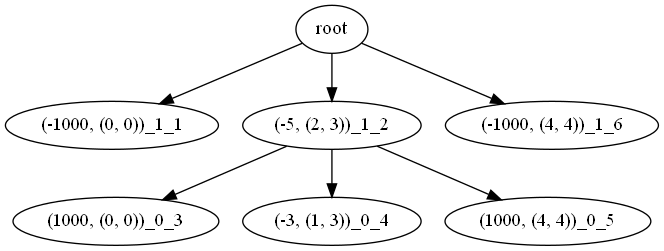
Above: root.dot.png in Ja-Kuba/cw3_MinMax (Graphviz), before the change. Its source is kept beside it as root.dot. Its diagram source:
```dot
digraph tree {
    "root";
    "(-1000, (0, 0))_1_1";
    "(-5, (2, 3))_1_2";
    "(1000, (0, 0))_0_3";
    "(-3, (1, 3))_0_4";
    "(1000, (4, 4))_0_5";
    "(-1000, (4, 4))_1_6";
    "root" -> "(-1000, (0, 0))_1_1";
    "root" -> "(-5, (2, 3))_1_2";
    "root" -> "(-1000, (4, 4))_1_6";
    "(-5, (2, 3))_1_2" -> "(1000, (0, 0))_0_3";
    "(-5, (2, 3))_1_2" -> "(-3, (1, 3))_0_4";
    "(-5, (2, 3))_1_2" -> "(1000, (4, 4))_0_5";
}
```
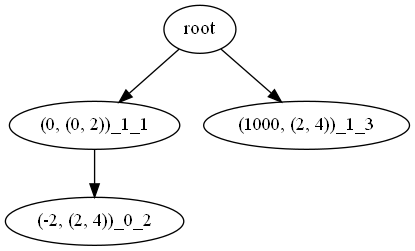
After the commit.

What changed in the source:
```diff
@@ -1,15 +1,9 @@
 digraph tree {
     "root";
-    "(-1000, (0, 0))_1_1";
-    "(-5, (2, 3))_1_2";
-    "(1000, (0, 0))_0_3";
-    "(-3, (1, 3))_0_4";
-    "(1000, (4, 4))_0_5";
-    "(-1000, (4, 4))_1_6";
-    "root" -> "(-1000, (0, 0))_1_1";
-    "root" -> "(-5, (2, 3))_1_2";
-    "root" -> "(-1000, (4, 4))_1_6";
-    "(-5, (2, 3))_1_2" -> "(1000, (0, 0))_0_3";
-    "(-5, (2, 3))_1_2" -> "(-3, (1, 3))_0_4";
-    "(-5, (2, 3))_1_2" -> "(1000, (4, 4))_0_5";
+    "(0, (0, 2))_1_1";
+    "(-2, (2, 4))_0_2";
+    "(1000, (2, 4))_1_3";
+    "root" -> "(0, (0, 2))_1_1";
+    "root" -> "(1000, (2, 4))_1_3";
+    "(0, (0, 2))_1_1" -> "(-2, (2, 4))_0_2";
 }
```
